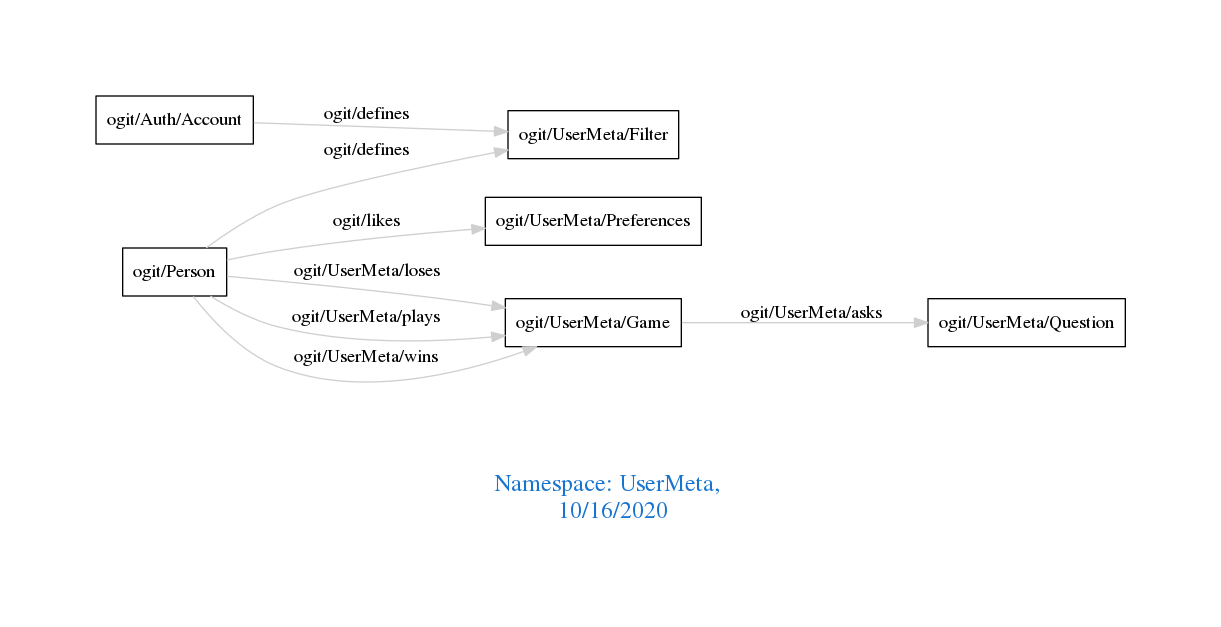
The Graphviz diagram downloads/UserMeta.png in arago/OGIT, before a commit. Its source is kept beside it as downloads/UserMeta.dot.
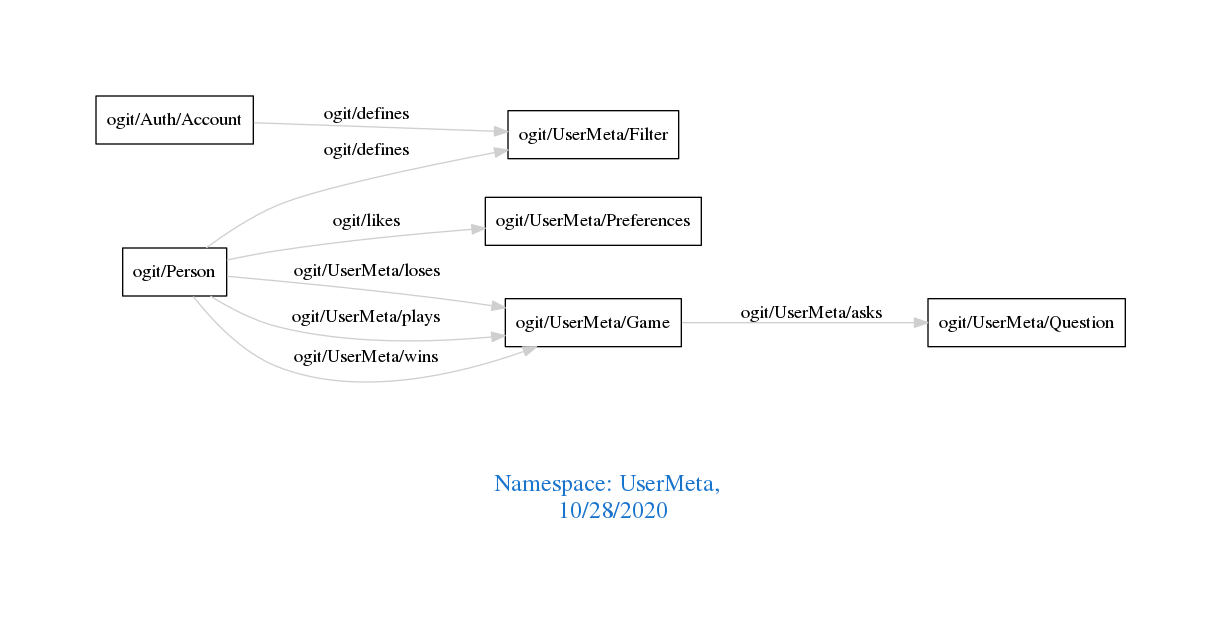
After the change.

What changed in the source:
```diff
@@ -1,7 +1,7 @@
 digraph OGIT_ontology {
  graph [ rankdir= LR,pad=1
 fontsize = 18,
-fontcolor= dodgerblue3,label = "\n\n\nNamespace: UserMeta, \n 10/16/2020"];
+fontcolor= dodgerblue3,label = "\n\n\nNamespace: UserMeta, \n 10/28/2020"];
 node[shape=polygon];
 edge [  color="gray81"];
 
```
